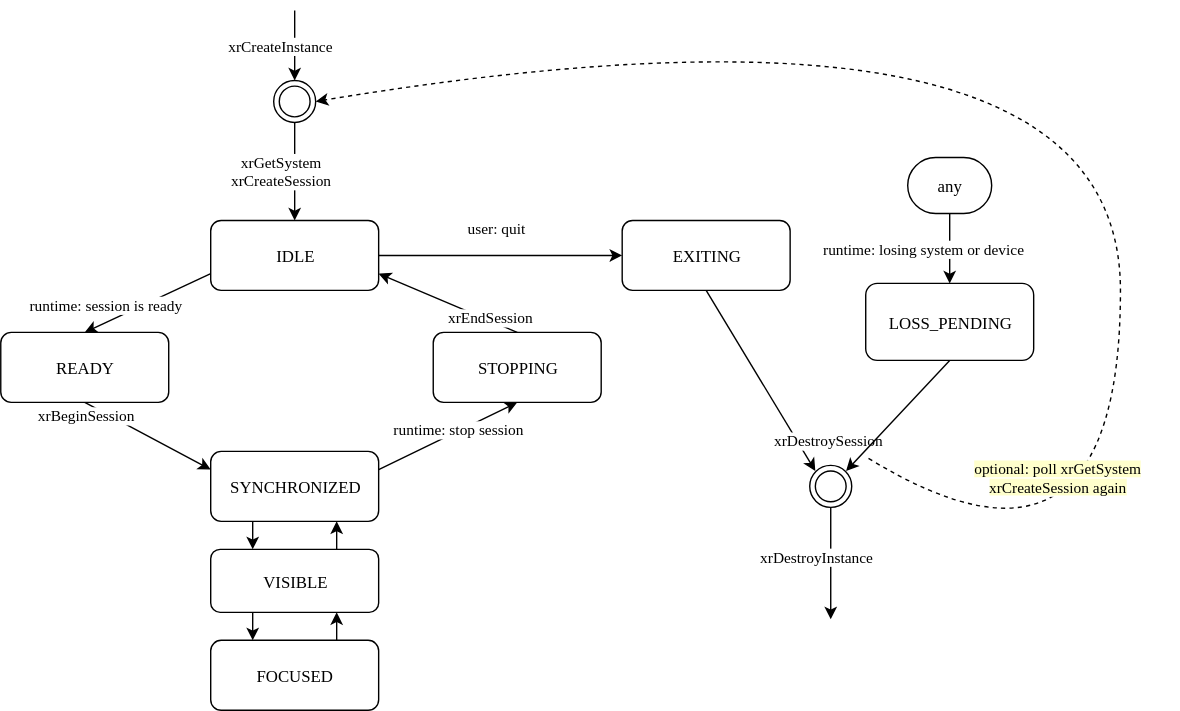
KhronosGroup/OpenXR-Docs keeps this draw.io diagram as specification/sources/images/lifecycle-original-draw-io.svg. Above is the earlier version. Source tidied: cells renumbered, new cells last; positions are measured from the earlier drawing's top-left corner, leaving out a move shared by most shapes. Source of this version:
```xml
<mxGraphModel background="#ffffff">
  <root>
    <mxCell id="0" />
    <mxCell id="1" parent="0" />
    <mxCell id="2" value="runtime: session is ready" style="edgeStyle=none;rounded=0;html=1;exitX=0;exitY=0.75;exitDx=0;exitDy=0;jettySize=auto;entryX=0.5;entryY=0;entryDx=0;entryDy=0;fontFamily=sans-serif;" parent="1" edge="1" source="4" target="7">
      <mxGeometry x="0.28" y="-5" relative="1" as="geometry" />
    </mxCell>
    <mxCell id="3" value="user: quit" style="edgeStyle=none;rounded=0;html=1;exitX=1;exitY=0.5;exitDx=0;exitDy=0;entryX=0;entryY=0.5;entryDx=0;entryDy=0;jettySize=auto;fontFamily=sans-serif;" parent="1" edge="1" source="4" target="13">
      <mxGeometry x="0.03" y="20" relative="1" as="geometry" />
    </mxCell>
    <mxCell id="4" value="IDLE" style="rounded=1;whiteSpace=wrap;html=1;fontFamily=sans-serif;" parent="1" vertex="1">
      <mxGeometry x="150" y="180" width="120" height="50" as="geometry" />
    </mxCell>
    <mxCell id="5" value="xrGetSystem&lt;br&gt;xrCreateSession" style="edgeStyle=orthogonalEdgeStyle;rounded=0;html=1;entryX=0.5;entryY=0;entryDx=0;entryDy=0;jettySize=auto;fontFamily=sans-serif;" parent="1" edge="1" source="14" target="4">
      <mxGeometry relative="1" as="geometry" />
    </mxCell>
    <mxCell id="6" value="xrBeginSession" style="edgeStyle=none;rounded=0;html=1;exitX=0.5;exitY=1;exitDx=0;exitDy=0;entryX=0;entryY=0.25;entryDx=0;entryDy=0;jettySize=auto;fontFamily=sans-serif;" parent="1" edge="1" source="7" target="10">
      <mxGeometry x="-0.76" y="-4" relative="1" as="geometry" />
    </mxCell>
    <mxCell id="7" value="READY" style="rounded=1;whiteSpace=wrap;html=1;fontFamily=sans-serif;" parent="1" vertex="1">
      <mxGeometry y="260" width="120" height="50" as="geometry" />
    </mxCell>
    <mxCell id="8" value="runtime: stop session" style="edgeStyle=none;rounded=0;html=1;exitX=1;exitY=0.25;exitDx=0;exitDy=0;entryX=0.5;entryY=1;entryDx=0;entryDy=0;jettySize=auto;fontFamily=sans-serif;" parent="1" edge="1" source="10" target="11">
      <mxGeometry x="0.37" y="-5" relative="1" as="geometry" />
    </mxCell>
    <mxCell id="9" style="edgeStyle=orthogonalEdgeStyle;rounded=0;jettySize=auto;html=1;exitX=0.25;exitY=1;exitDx=0;exitDy=0;entryX=0.25;entryY=0;entryDx=0;entryDy=0;fontFamily=sans-serif;" parent="1" edge="1" source="10" target="25">
      <mxGeometry relative="1" as="geometry" />
    </mxCell>
    <mxCell id="10" value="SYNCHRONIZED" style="rounded=1;whiteSpace=wrap;html=1;fontFamily=sans-serif;" parent="1" vertex="1">
      <mxGeometry x="150" y="345" width="120" height="50" as="geometry" />
    </mxCell>
    <mxCell id="11" value="STOPPING" style="rounded=1;whiteSpace=wrap;html=1;fontFamily=sans-serif;" parent="1" vertex="1">
      <mxGeometry x="309" y="260" width="120" height="50" as="geometry" />
    </mxCell>
    <mxCell id="12" value="xrDestroySession&lt;br&gt;" style="edgeStyle=none;rounded=0;html=1;exitX=0.5;exitY=1;exitDx=0;exitDy=0;entryX=0;entryY=0;entryDx=0;entryDy=0;jettySize=auto;fontFamily=sans-serif;" parent="1" edge="1" source="13" target="16">
      <mxGeometry x="0.88" y="27" relative="1" as="geometry" />
    </mxCell>
    <mxCell id="13" value="EXITING" style="rounded=1;whiteSpace=wrap;html=1;fontFamily=sans-serif;" parent="1" vertex="1">
      <mxGeometry x="444" y="180" width="120" height="50" as="geometry" />
    </mxCell>
    <mxCell id="14" style="ellipse;shape=doubleEllipse;whiteSpace=wrap;html=1;fillColor=none;fontFamily=sans-serif;" parent="1" vertex="1">
      <mxGeometry x="195" y="80" width="30" height="30" as="geometry" />
    </mxCell>
    <mxCell id="15" value="xrDestroyInstance" style="edgeStyle=none;rounded=0;html=1;jettySize=auto;strokeColor=#000000;fontFamily=sans-serif;" parent="1" edge="1" source="16">
      <mxGeometry x="0.12" y="-10" relative="1" as="geometry">
        <mxPoint x="593" y="465" as="targetPoint" />
        <Array as="points">
          <mxPoint x="593" y="430" />
        </Array>
        <mxPoint x="10" y="-10" as="offset" />
      </mxGeometry>
    </mxCell>
    <mxCell id="16" style="ellipse;shape=doubleEllipse;whiteSpace=wrap;html=1;fillColor=none;fontFamily=sans-serif;" parent="1" vertex="1">
      <mxGeometry x="578" y="355" width="30" height="30" as="geometry" />
    </mxCell>
    <mxCell id="17" style="edgeStyle=none;rounded=0;html=1;exitX=0.5;exitY=1;exitDx=0;exitDy=0;jettySize=auto;entryX=1;entryY=0;entryDx=0;entryDy=0;fontFamily=sans-serif;" parent="1" edge="1" source="18" target="16">
      <mxGeometry relative="1" as="geometry" />
    </mxCell>
    <mxCell id="18" value="LOSS_PENDING" style="rounded=1;whiteSpace=wrap;html=1;fontFamily=sans-serif;" parent="1" vertex="1">
      <mxGeometry x="618" y="225" width="120" height="55" as="geometry" />
    </mxCell>
    <mxCell id="19" value="runtime: losing system or device" style="edgeStyle=none;rounded=0;html=1;exitX=0.5;exitY=1;exitDx=0;exitDy=0;jettySize=auto;fontFamily=sans-serif;" parent="1" edge="1" source="20" target="18">
      <mxGeometry relative="1" as="geometry" />
    </mxCell>
    <mxCell id="20" value="any" style="rounded=1;whiteSpace=wrap;html=1;arcSize=50;fontFamily=sans-serif;" parent="1" vertex="1">
      <mxGeometry x="648" y="135" width="60" height="40" as="geometry" />
    </mxCell>
    <mxCell id="21" value="&lt;span style=&quot;background-color: rgb(255 , 255 , 204)&quot;&gt;optional: poll xrGetSystem&lt;br&gt;xrCreateSession again&lt;/span&gt;&lt;br&gt;" style="curved=1;endArrow=classic;html=1;entryX=1;entryY=0.5;entryDx=0;entryDy=0;dashed=1;fillColor=#fff2cc;strokeColor=#000000;fontFamily=sans-serif;" parent="1" edge="1" target="14">
      <mxGeometry x="-0.51" y="31" relative="1" as="geometry">
        <mxPoint x="620" y="350" as="sourcePoint" />
        <Array as="points">
          <mxPoint x="800" y="460" />
          <mxPoint x="800" />
        </Array>
      </mxGeometry>
    </mxCell>
    <mxCell id="22" value="xrCreateInstance" style="edgeStyle=none;rounded=0;html=1;entryX=0.5;entryY=0;entryDx=0;entryDy=0;jettySize=auto;fontFamily=sans-serif;" parent="1" edge="1" target="14">
      <mxGeometry relative="1" as="geometry">
        <mxPoint x="210" y="30" as="sourcePoint" />
      </mxGeometry>
    </mxCell>
    <mxCell id="23" style="edgeStyle=orthogonalEdgeStyle;rounded=0;jettySize=auto;html=1;exitX=0.25;exitY=1;exitDx=0;exitDy=0;entryX=0.25;entryY=0;entryDx=0;entryDy=0;fontFamily=sans-serif;" parent="1" edge="1" source="25" target="27">
      <mxGeometry relative="1" as="geometry" />
    </mxCell>
    <mxCell id="24" style="edgeStyle=orthogonalEdgeStyle;rounded=0;jettySize=auto;html=1;exitX=0.75;exitY=0;exitDx=0;exitDy=0;entryX=0.75;entryY=1;entryDx=0;entryDy=0;fontFamily=sans-serif;" parent="1" edge="1" source="25" target="10">
      <mxGeometry relative="1" as="geometry" />
    </mxCell>
    <mxCell id="25" value="VISIBLE" style="rounded=1;whiteSpace=wrap;html=1;fontFamily=sans-serif;" parent="1" vertex="1">
      <mxGeometry x="150" y="415" width="120" height="45" as="geometry" />
    </mxCell>
    <mxCell id="26" style="edgeStyle=orthogonalEdgeStyle;rounded=0;jettySize=auto;html=1;exitX=0.75;exitY=0;exitDx=0;exitDy=0;entryX=0.75;entryY=1;entryDx=0;entryDy=0;fontFamily=sans-serif;" parent="1" edge="1" source="27" target="25">
      <mxGeometry relative="1" as="geometry" />
    </mxCell>
    <mxCell id="27" value="FOCUSED" style="rounded=1;whiteSpace=wrap;html=1;fontFamily=sans-serif;" parent="1" vertex="1">
      <mxGeometry x="150" y="480" width="120" height="50" as="geometry" />
    </mxCell>
    <mxCell id="28" value="xrEndSession" style="edgeStyle=none;rounded=0;html=1;exitX=0.5;exitY=0;exitDx=0;exitDy=0;entryX=1;entryY=0.75;entryDx=0;entryDy=0;jettySize=auto;fontFamily=sans-serif;" parent="1" edge="1" source="11" target="4">
      <mxGeometry x="-0.73" y="-5" relative="1" as="geometry" />
    </mxCell>
  </root>
</mxGraphModel>
```
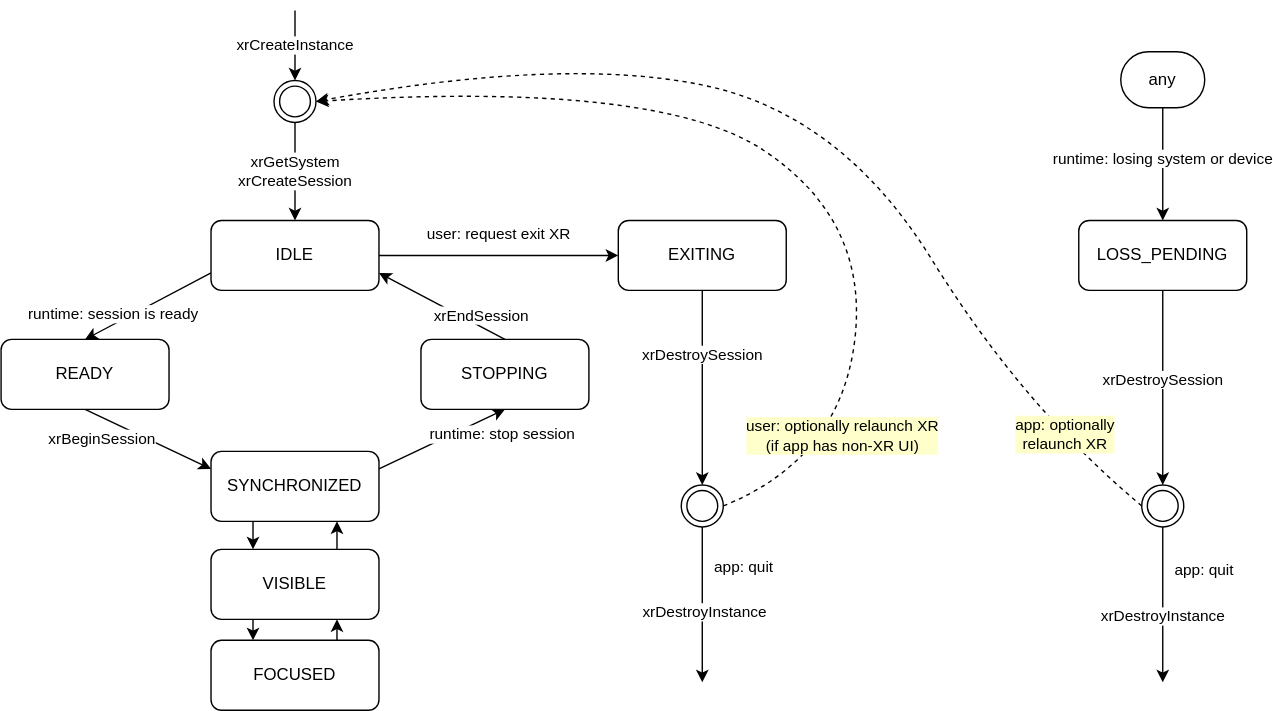
The same diagram one commit later.

What changed in the source:
```diff
@@ -3,80 +3,76 @@
     <mxCell id="0" />
     <mxCell id="1" parent="0" />
     <mxCell id="2" value="runtime: session is ready" style="edgeStyle=none;rounded=0;html=1;exitX=0;exitY=0.75;exitDx=0;exitDy=0;jettySize=auto;entryX=0.5;entryY=0;entryDx=0;entryDy=0;fontFamily=sans-serif;" parent="1" edge="1" source="4" target="7">
-      <mxGeometry x="0.28" y="-5" relative="1" as="geometry" />
+      <mxGeometry x="0.49" y="-7" relative="1" as="geometry" />
     </mxCell>
-    <mxCell id="3" value="user: quit" style="edgeStyle=none;rounded=0;html=1;exitX=1;exitY=0.5;exitDx=0;exitDy=0;entryX=0;entryY=0.5;entryDx=0;entryDy=0;jettySize=auto;fontFamily=sans-serif;" parent="1" edge="1" source="4" target="13">
-      <mxGeometry x="0.03" y="20" relative="1" as="geometry" />
+    <mxCell id="3" value="user: request exit XR&amp;nbsp;" style="edgeStyle=none;rounded=0;html=1;exitX=1;exitY=0.5;exitDx=0;exitDy=0;entryX=0;entryY=0.5;entryDx=0;entryDy=0;jettySize=auto;fontFamily=sans-serif;" parent="1" edge="1" source="4" target="13">
+      <mxGeometry x="0.02" y="15" relative="1" as="geometry" />
     </mxCell>
     <mxCell id="4" value="IDLE" style="rounded=1;whiteSpace=wrap;html=1;fontFamily=sans-serif;" parent="1" vertex="1">
-      <mxGeometry x="150" y="180" width="120" height="50" as="geometry" />
+      <mxGeometry x="30" y="227" width="120" height="50" as="geometry" />
     </mxCell>
     <mxCell id="5" value="xrGetSystem&lt;br&gt;xrCreateSession" style="edgeStyle=orthogonalEdgeStyle;rounded=0;html=1;entryX=0.5;entryY=0;entryDx=0;entryDy=0;jettySize=auto;fontFamily=sans-serif;" parent="1" edge="1" source="14" target="4">
       <mxGeometry relative="1" as="geometry" />
     </mxCell>
     <mxCell id="6" value="xrBeginSession" style="edgeStyle=none;rounded=0;html=1;exitX=0.5;exitY=1;exitDx=0;exitDy=0;entryX=0;entryY=0.25;entryDx=0;entryDy=0;jettySize=auto;fontFamily=sans-serif;" parent="1" edge="1" source="7" target="10">
-      <mxGeometry x="-0.76" y="-4" relative="1" as="geometry" />
+      <mxGeometry x="-0.6" y="-14" relative="1" as="geometry" />
     </mxCell>
     <mxCell id="7" value="READY" style="rounded=1;whiteSpace=wrap;html=1;fontFamily=sans-serif;" parent="1" vertex="1">
-      <mxGeometry y="260" width="120" height="50" as="geometry" />
+      <mxGeometry x="-120" y="312" width="120" height="50" as="geometry" />
     </mxCell>
     <mxCell id="8" value="runtime: stop session" style="edgeStyle=none;rounded=0;html=1;exitX=1;exitY=0.25;exitDx=0;exitDy=0;entryX=0.5;entryY=1;entryDx=0;entryDy=0;jettySize=auto;fontFamily=sans-serif;" parent="1" edge="1" source="10" target="11">
-      <mxGeometry x="0.37" y="-5" relative="1" as="geometry" />
+      <mxGeometry x="0.81" y="-15" relative="1" as="geometry" />
     </mxCell>
     <mxCell id="9" style="edgeStyle=orthogonalEdgeStyle;rounded=0;jettySize=auto;html=1;exitX=0.25;exitY=1;exitDx=0;exitDy=0;entryX=0.25;entryY=0;entryDx=0;entryDy=0;fontFamily=sans-serif;" parent="1" edge="1" source="10" target="25">
       <mxGeometry relative="1" as="geometry" />
     </mxCell>
     <mxCell id="10" value="SYNCHRONIZED" style="rounded=1;whiteSpace=wrap;html=1;fontFamily=sans-serif;" parent="1" vertex="1">
-      <mxGeometry x="150" y="345" width="120" height="50" as="geometry" />
+      <mxGeometry x="30" y="392" width="120" height="50" as="geometry" />
     </mxCell>
     <mxCell id="11" value="STOPPING" style="rounded=1;whiteSpace=wrap;html=1;fontFamily=sans-serif;" parent="1" vertex="1">
-      <mxGeometry x="309" y="260" width="120" height="50" as="geometry" />
+      <mxGeometry x="180" y="312" width="120" height="50" as="geometry" />
     </mxCell>
-    <mxCell id="12" value="xrDestroySession&lt;br&gt;" style="edgeStyle=none;rounded=0;html=1;exitX=0.5;exitY=1;exitDx=0;exitDy=0;entryX=0;entryY=0;entryDx=0;entryDy=0;jettySize=auto;fontFamily=sans-serif;" parent="1" edge="1" source="13" target="16">
-      <mxGeometry x="0.88" y="27" relative="1" as="geometry" />
+    <mxCell id="12" value="xrDestroySession&lt;br&gt;" style="edgeStyle=none;rounded=0;html=1;exitX=0.5;exitY=1;exitDx=0;exitDy=0;jettySize=auto;fontFamily=sans-serif;entryX=0.5;entryY=0;entryDx=0;entryDy=0;" parent="1" edge="1" source="13" target="16">
+      <mxGeometry x="-0.33" relative="1" as="geometry" />
     </mxCell>
     <mxCell id="13" value="EXITING" style="rounded=1;whiteSpace=wrap;html=1;fontFamily=sans-serif;" parent="1" vertex="1">
-      <mxGeometry x="444" y="180" width="120" height="50" as="geometry" />
+      <mxGeometry x="321" y="227" width="120" height="50" as="geometry" />
     </mxCell>
     <mxCell id="14" style="ellipse;shape=doubleEllipse;whiteSpace=wrap;html=1;fillColor=none;fontFamily=sans-serif;" parent="1" vertex="1">
-      <mxGeometry x="195" y="80" width="30" height="30" as="geometry" />
+      <mxGeometry x="75" y="127" width="30" height="30" as="geometry" />
     </mxCell>
-    <mxCell id="15" value="xrDestroyInstance" style="edgeStyle=none;rounded=0;html=1;jettySize=auto;strokeColor=#000000;fontFamily=sans-serif;" parent="1" edge="1" source="16">
-      <mxGeometry x="0.12" y="-10" relative="1" as="geometry">
-        <mxPoint x="593" y="465" as="targetPoint" />
+    <mxCell id="15" value="&amp;nbsp;xrDestroyInstance" style="edgeStyle=none;rounded=0;html=1;jettySize=auto;strokeColor=#000000;fontFamily=sans-serif;labelBackgroundColor=default;" parent="1" edge="1" source="16">
+      <mxGeometry x="0.1" relative="1" as="geometry">
+        <mxPoint x="381" y="557" as="targetPoint" />
         <Array as="points">
-          <mxPoint x="593" y="430" />
+          <mxPoint x="381" y="507" />
         </Array>
-        <mxPoint x="10" y="-10" as="offset" />
       </mxGeometry>
     </mxCell>
     <mxCell id="16" style="ellipse;shape=doubleEllipse;whiteSpace=wrap;html=1;fillColor=none;fontFamily=sans-serif;" parent="1" vertex="1">
-      <mxGeometry x="578" y="355" width="30" height="30" as="geometry" />
+      <mxGeometry x="366" y="416" width="30" height="30" as="geometry" />
     </mxCell>
-    <mxCell id="17" style="edgeStyle=none;rounded=0;html=1;exitX=0.5;exitY=1;exitDx=0;exitDy=0;jettySize=auto;entryX=1;entryY=0;entryDx=0;entryDy=0;fontFamily=sans-serif;" parent="1" edge="1" source="18" target="16">
-      <mxGeometry relative="1" as="geometry" />
-    </mxCell>
     <mxCell id="18" value="LOSS_PENDING" style="rounded=1;whiteSpace=wrap;html=1;fontFamily=sans-serif;" parent="1" vertex="1">
-      <mxGeometry x="618" y="225" width="120" height="55" as="geometry" />
+      <mxGeometry x="650" y="227" width="120" height="50" as="geometry" />
     </mxCell>
     <mxCell id="19" value="runtime: losing system or device" style="edgeStyle=none;rounded=0;html=1;exitX=0.5;exitY=1;exitDx=0;exitDy=0;jettySize=auto;fontFamily=sans-serif;" parent="1" edge="1" source="20" target="18">
-      <mxGeometry relative="1" as="geometry" />
+      <mxGeometry x="-0.11" relative="1" as="geometry" />
     </mxCell>
     <mxCell id="20" value="any" style="rounded=1;whiteSpace=wrap;html=1;arcSize=50;fontFamily=sans-serif;" parent="1" vertex="1">
-      <mxGeometry x="648" y="135" width="60" height="40" as="geometry" />
+      <mxGeometry x="680" y="106.5" width="60" height="40" as="geometry" />
     </mxCell>
-    <mxCell id="21" value="&lt;span style=&quot;background-color: rgb(255 , 255 , 204)&quot;&gt;optional: poll xrGetSystem&lt;br&gt;xrCreateSession again&lt;/span&gt;&lt;br&gt;" style="curved=1;endArrow=classic;html=1;entryX=1;entryY=0.5;entryDx=0;entryDy=0;dashed=1;fillColor=#fff2cc;strokeColor=#000000;fontFamily=sans-serif;" parent="1" edge="1" target="14">
-      <mxGeometry x="-0.51" y="31" relative="1" as="geometry">
-        <mxPoint x="620" y="350" as="sourcePoint" />
+    <mxCell id="21" value="app: optionally&lt;br&gt;relaunch XR" style="curved=1;endArrow=classic;html=1;entryX=1;entryY=0.5;entryDx=0;entryDy=0;dashed=1;fillColor=#fff2cc;strokeColor=#000000;fontFamily=sans-serif;exitX=0;exitY=0.5;exitDx=0;exitDy=0;labelBackgroundColor=#ffffcc;" parent="1" edge="1" source="29" target="14">
+      <mxGeometry x="-0.8" y="-4" relative="1" as="geometry">
         <Array as="points">
-          <mxPoint x="800" y="460" />
-          <mxPoint x="800" />
+          <mxPoint x="610" y="360" />
+          <mxPoint x="480" y="150" />
+          <mxPoint x="280" y="110" />
         </Array>
       </mxGeometry>
     </mxCell>
     <mxCell id="22" value="xrCreateInstance" style="edgeStyle=none;rounded=0;html=1;entryX=0.5;entryY=0;entryDx=0;entryDy=0;jettySize=auto;fontFamily=sans-serif;" parent="1" edge="1" target="14">
       <mxGeometry relative="1" as="geometry">
-        <mxPoint x="210" y="30" as="sourcePoint" />
+        <mxPoint x="90" y="77" as="sourcePoint" />
       </mxGeometry>
     </mxCell>
     <mxCell id="23" style="edgeStyle=orthogonalEdgeStyle;rounded=0;jettySize=auto;html=1;exitX=0.25;exitY=1;exitDx=0;exitDy=0;entryX=0.25;entryY=0;entryDx=0;entryDy=0;fontFamily=sans-serif;" parent="1" edge="1" source="25" target="27">
@@ -86,16 +82,50 @@
       <mxGeometry relative="1" as="geometry" />
     </mxCell>
     <mxCell id="25" value="VISIBLE" style="rounded=1;whiteSpace=wrap;html=1;fontFamily=sans-serif;" parent="1" vertex="1">
-      <mxGeometry x="150" y="415" width="120" height="45" as="geometry" />
+      <mxGeometry x="30" y="462" width="120" height="50" as="geometry" />
     </mxCell>
     <mxCell id="26" style="edgeStyle=orthogonalEdgeStyle;rounded=0;jettySize=auto;html=1;exitX=0.75;exitY=0;exitDx=0;exitDy=0;entryX=0.75;entryY=1;entryDx=0;entryDy=0;fontFamily=sans-serif;" parent="1" edge="1" source="27" target="25">
       <mxGeometry relative="1" as="geometry" />
     </mxCell>
     <mxCell id="27" value="FOCUSED" style="rounded=1;whiteSpace=wrap;html=1;fontFamily=sans-serif;" parent="1" vertex="1">
-      <mxGeometry x="150" y="480" width="120" height="50" as="geometry" />
+      <mxGeometry x="30" y="527" width="120" height="50" as="geometry" />
     </mxCell>
     <mxCell id="28" value="xrEndSession" style="edgeStyle=none;rounded=0;html=1;exitX=0.5;exitY=0;exitDx=0;exitDy=0;entryX=1;entryY=0.75;entryDx=0;entryDy=0;jettySize=auto;fontFamily=sans-serif;" parent="1" edge="1" source="11" target="4">
-      <mxGeometry x="-0.73" y="-5" relative="1" as="geometry" />
+      <mxGeometry x="-0.55" y="-7" relative="1" as="geometry" />
     </mxCell>
+    <mxCell id="29" style="ellipse;shape=doubleEllipse;whiteSpace=wrap;html=1;fillColor=none;fontFamily=sans-serif;" parent="1" vertex="1">
+      <mxGeometry x="695" y="416" width="30" height="30" as="geometry" />
+    </mxCell>
+    <mxCell id="30" value="xrDestroySession&lt;br&gt;" style="edgeStyle=none;rounded=0;html=1;exitX=0.5;exitY=1;exitDx=0;exitDy=0;entryX=0.5;entryY=0;entryDx=0;entryDy=0;jettySize=auto;fontFamily=sans-serif;" parent="1" edge="1" source="18" target="29">
+      <mxGeometry x="-0.08" relative="1" as="geometry" />
+    </mxCell>
+    <mxCell id="31" style="curved=1;endArrow=classic;html=1;rounded=0;entryX=1;entryY=0.5;entryDx=0;entryDy=0;dashed=1;exitX=1;exitY=0.5;exitDx=0;exitDy=0;" parent="1" edge="1" source="16" target="14">
+      <mxGeometry relative="1" as="geometry">
+        <Array as="points">
+          <mxPoint x="480" y="397" />
+          <mxPoint x="500" y="227" />
+          <mxPoint x="350" y="127" />
+        </Array>
+      </mxGeometry>
+    </mxCell>
+    <mxCell id="32" value="user: optionally relaunch XR&lt;br&gt;(if app has non-XR UI)" style="edgeLabel;html=1;align=center;verticalAlign=middle;labelBackgroundColor=#FFFFCC;" parent="31" vertex="1">
+      <mxGeometry x="-0.71" y="5" relative="1" as="geometry">
+        <mxPoint x="4" y="-8" as="offset" />
+      </mxGeometry>
+    </mxCell>
+    <mxCell id="33" value="xrDestroyInstance" style="edgeStyle=none;rounded=0;html=1;jettySize=auto;fontFamily=sans-serif;labelBackgroundColor=default;exitX=0.5;exitY=1;exitDx=0;exitDy=0;" parent="1" edge="1" source="29">
+      <mxGeometry x="0.15" relative="1" as="geometry">
+        <mxPoint x="710" y="557" as="targetPoint" />
+        <Array as="points">
+          <mxPoint x="710" y="510" />
+        </Array>
+      </mxGeometry>
+    </mxCell>
+    <mxCell id="34" value="app: quit" style="text;html=1;strokeColor=none;fillColor=none;align=center;verticalAlign=middle;whiteSpace=wrap;rounded=0;fontSize=11;labelBackgroundColor=default;" parent="1" vertex="1">
+      <mxGeometry x="381" y="460" width="60" height="30" as="geometry" />
+    </mxCell>
+    <mxCell id="35" value="app: quit" style="text;html=1;strokeColor=none;fillColor=none;align=center;verticalAlign=middle;whiteSpace=wrap;rounded=0;fontSize=11;labelBackgroundColor=default;" parent="1" vertex="1">
+      <mxGeometry x="710" y="462" width="60" height="30" as="geometry" />
+    </mxCell>
   </root>
 </mxGraphModel>
```
